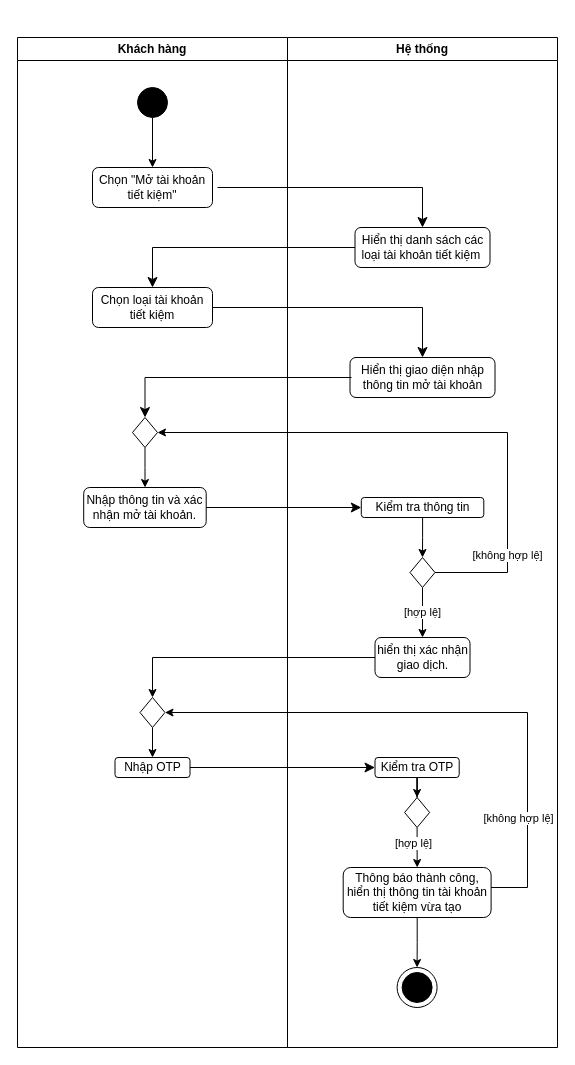
Before: uml/activity7.drawio in HoangDucBach/bghc, a draw.io diagram. Source tidied: cells renumbered, new cells numbered last; positions are measured from the earlier drawing's top-left corner, leaving out a move shared by most shapes. Both pictures are drawn from the tidied source at 100%, with x=0, y=0 at pixel (17, 37).
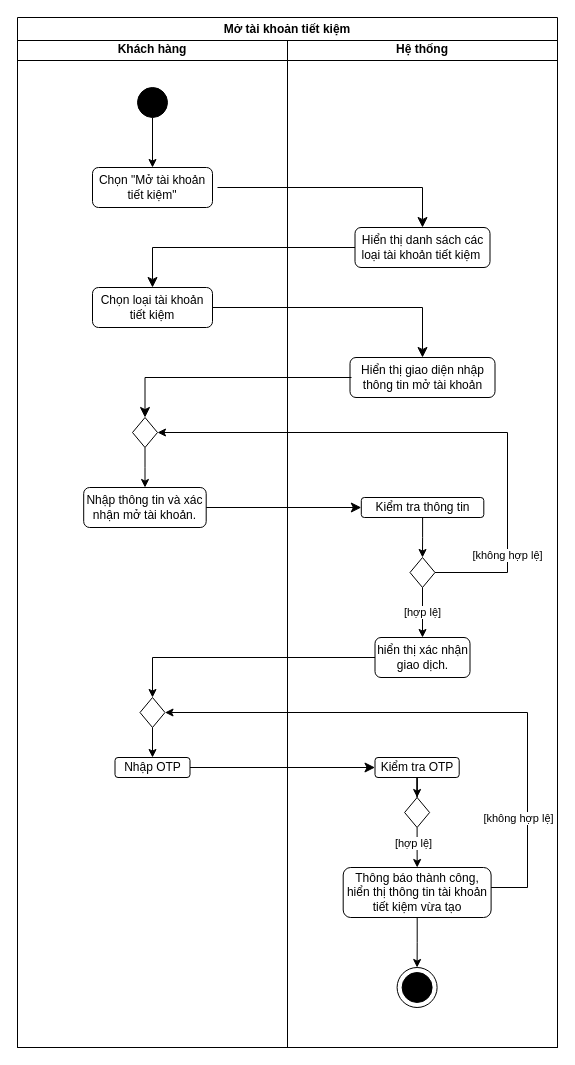
After the change.

Commit message (it also covers changes not shown here):
fix(uml): add name

What changed in the source:
```diff
@@
+    <mxCell id="40" value="Mở tài khoản tiết kiệm" style="swimlane;whiteSpace=wrap;html=1;" parent="1" vertex="1">
+      <mxGeometry y="-20" width="540" height="1030" as="geometry" />
+    </mxCell>
```
